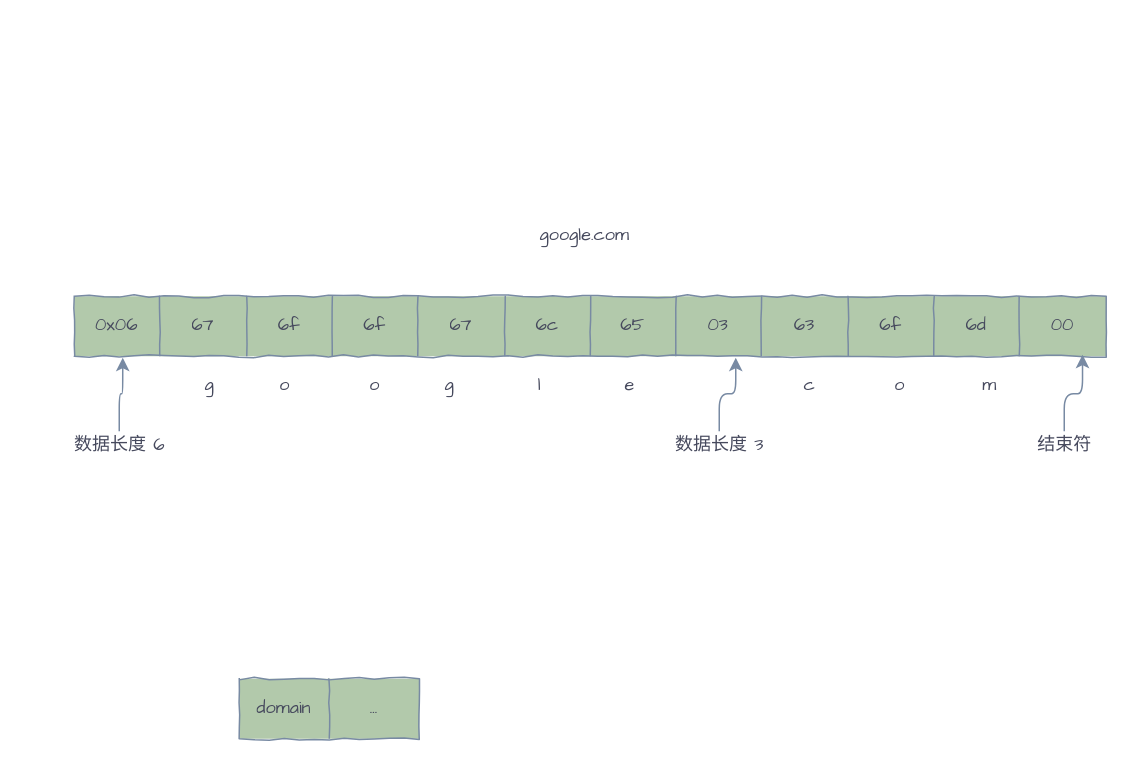
Above: page "domain-3" (9 of 12) of dns.drawio in silan-liu/drawio (draw.io), before the change. Source tidied: cells renumbered, new cells numbered last; positions are measured from the earlier drawing's top-left corner, leaving out a move shared by most shapes. Both pictures are drawn from the tidied source at 150%, with x=0, y=0 at pixel (66, 220).
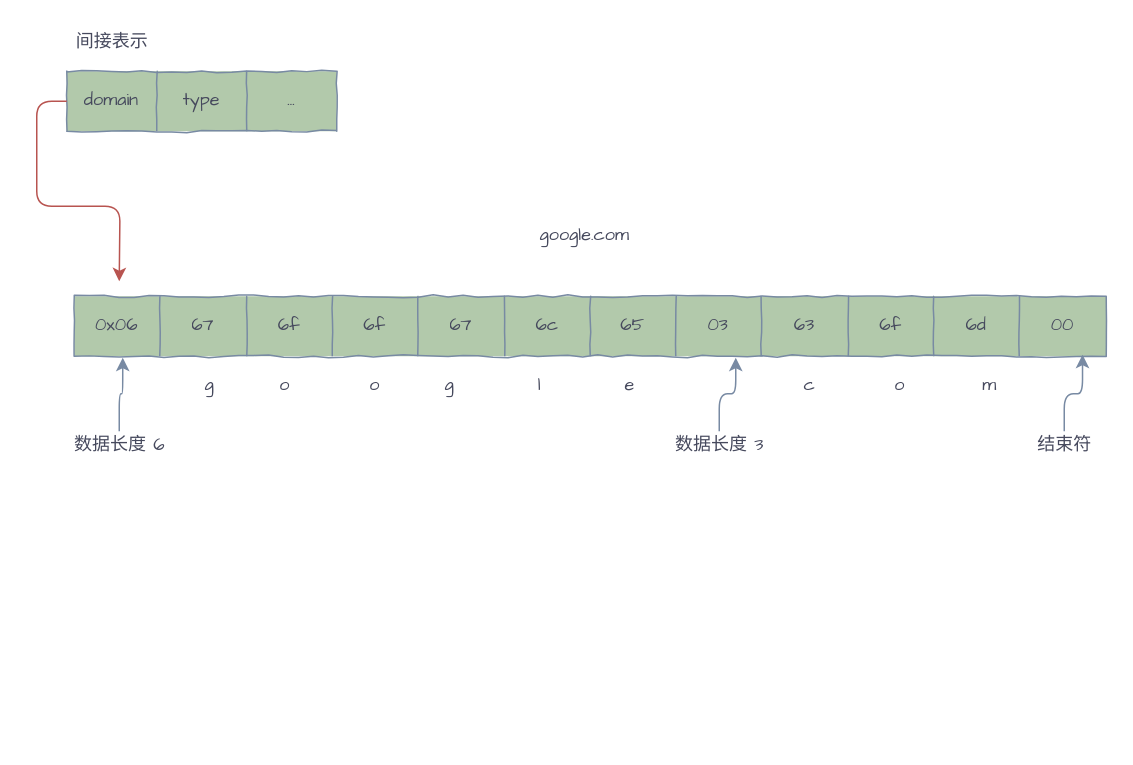
After the change.

What changed in the source:
```diff
@@
     <mxCell id="32" style="shape=table;startSize=0;childLayout=tableLayout;fontFamily=Comic Sans MS;comic=1;fillColor=#B2C9AB;strokeColor=#788AA3;fontColor=#46495D;" parent="1" vertex="1">
-      <mxGeometry x="115" y="305" width="120" height="40" as="geometry" />
+      <mxGeometry y="-100" width="180" height="40" as="geometry" />
     </mxCell>
     <mxCell id="33" style="shape=partialRectangle;fillColor=none;top=0;left=0;bottom=0;right=0;points=[[0,0.5],[1,0.5]];portConstraint=eastwest;fontFamily=Comic Sans MS;strokeColor=#788AA3;fontColor=#46495D;" parent="32" vertex="1">
-      <mxGeometry width="120" height="40" as="geometry" />
+      <mxGeometry width="180" height="40" as="geometry" />
     </mxCell>
@@
-    <mxCell id="35" value="..." style="shape=partialRectangle;html=1;whiteSpace=wrap;overflow=hidden;fillColor=none;top=0;left=0;bottom=0;right=0;fontFamily=Comic Sans MS;strokeColor=#788AA3;fontColor=#46495D;" parent="33" vertex="1">
+    <mxCell id="35" value="type" style="shape=partialRectangle;html=1;whiteSpace=wrap;overflow=hidden;fillColor=none;top=0;left=0;bottom=0;right=0;fontFamily=Comic Sans MS;strokeColor=#788AA3;fontColor=#46495D;" parent="33" vertex="1">
       <mxGeometry x="60" width="60" height="40" as="geometry" />
     </mxCell>
+    <mxCell id="36" value="..." style="shape=partialRectangle;html=1;whiteSpace=wrap;overflow=hidden;fillColor=none;top=0;left=0;bottom=0;right=0;fontFamily=Comic Sans MS;strokeColor=#788AA3;fontColor=#46495D;" parent="33" vertex="1">
+      <mxGeometry x="120" width="60" height="40" as="geometry" />
+    </mxCell>
+    <mxCell id="37" style="edgeStyle=orthogonalEdgeStyle;curved=0;rounded=1;sketch=0;jettySize=auto;html=1;fontColor=#46495D;strokeColor=#b85450;fillColor=#f8cecc;" parent="1" edge="1" source="33">
+      <mxGeometry relative="1" as="geometry">
+        <mxPoint x="35" y="40" as="targetPoint" />
+      </mxGeometry>
+    </mxCell>
+    <mxCell id="38" value="间接表示" style="text;html=1;align=center;verticalAlign=middle;strokeColor=none;fontColor=#46495D;" parent="1" vertex="1">
+      <mxGeometry y="-130" width="60" height="20" as="geometry" />
+    </mxCell>
```
